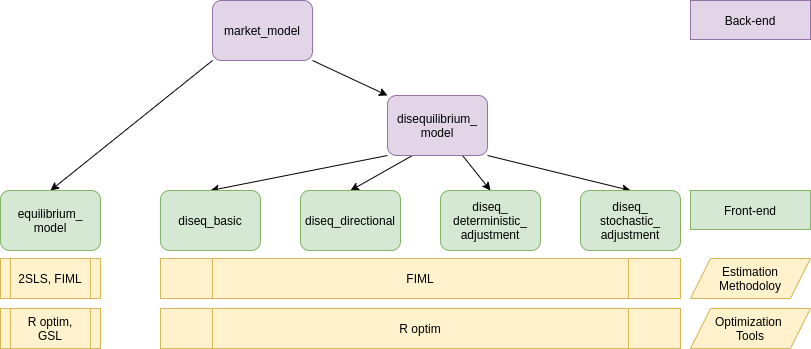
The draw.io diagram man/figures/design.png in pi-kappa-devel/diseq, before a commit. Source tidied: cells renumbered, new cells last; positions are measured from the earlier drawing's top-left corner, leaving out a move shared by most shapes. The source it was exported from:
```xml
<mxGraphModel>
  <root>
    <mxCell id="0" />
    <mxCell id="1" parent="0" />
    <mxCell id="2" style="edgeStyle=orthogonalEdgeStyle;rounded=0;jettySize=auto;html=1;noEdgeStyle=1;orthogonal=1;entryX=0.5;entryY=0;entryDx=0;entryDy=0;" parent="1" edge="1" source="4" target="5">
      <mxGeometry relative="1" as="geometry" />
    </mxCell>
    <mxCell id="3" style="edgeStyle=orthogonalEdgeStyle;rounded=0;jettySize=auto;html=1;noEdgeStyle=1;orthogonal=1;" parent="1" edge="1" source="4" target="10">
      <mxGeometry relative="1" as="geometry" />
    </mxCell>
    <mxCell id="4" value="market_model" style="rounded=1;whiteSpace=wrap;html=1;fillColor=#e1d5e7;strokeColor=#9673a6;" parent="1" vertex="1">
      <mxGeometry x="212" width="100" height="60" as="geometry" />
    </mxCell>
    <mxCell id="5" value="equilibrium_ model" style="rounded=1;whiteSpace=wrap;html=1;fillColor=#d5e8d4;strokeColor=#82b366;" parent="1" vertex="1">
      <mxGeometry y="190" width="100" height="60" as="geometry" />
    </mxCell>
    <mxCell id="6" style="edgeStyle=orthogonalEdgeStyle;rounded=0;jettySize=auto;html=1;noEdgeStyle=1;orthogonal=1;entryX=0.5;entryY=0;entryDx=0;entryDy=0;exitX=0;exitY=1;exitDx=0;exitDy=0;" parent="1" edge="1" source="10" target="11">
      <mxGeometry relative="1" as="geometry" />
    </mxCell>
    <mxCell id="7" style="edgeStyle=orthogonalEdgeStyle;rounded=0;jettySize=auto;html=1;noEdgeStyle=1;orthogonal=1;exitX=0.25;exitY=1;exitDx=0;exitDy=0;entryX=0.5;entryY=0;entryDx=0;entryDy=0;" parent="1" edge="1" source="10" target="12">
      <mxGeometry relative="1" as="geometry" />
    </mxCell>
    <mxCell id="8" style="edgeStyle=orthogonalEdgeStyle;rounded=0;jettySize=auto;html=1;noEdgeStyle=1;orthogonal=1;entryX=0.5;entryY=0;entryDx=0;entryDy=0;exitX=0.75;exitY=1;exitDx=0;exitDy=0;" parent="1" edge="1" source="10" target="13">
      <mxGeometry relative="1" as="geometry" />
    </mxCell>
    <mxCell id="9" style="edgeStyle=orthogonalEdgeStyle;rounded=0;jettySize=auto;html=1;noEdgeStyle=1;orthogonal=1;entryX=0.5;entryY=0;entryDx=0;entryDy=0;" parent="1" edge="1" source="10" target="14">
      <mxGeometry relative="1" as="geometry" />
    </mxCell>
    <mxCell id="10" value="disequilibrium_&lt;br&gt;model" style="rounded=1;whiteSpace=wrap;html=1;fillColor=#e1d5e7;strokeColor=#9673a6;" parent="1" vertex="1">
      <mxGeometry x="387" y="95" width="100" height="60" as="geometry" />
    </mxCell>
    <mxCell id="11" value="diseq_basic" style="rounded=1;whiteSpace=wrap;html=1;fillColor=#d5e8d4;strokeColor=#82b366;" parent="1" vertex="1">
      <mxGeometry x="160" y="190" width="100" height="60" as="geometry" />
    </mxCell>
    <mxCell id="12" value="diseq_directional" style="rounded=1;whiteSpace=wrap;html=1;fillColor=#d5e8d4;strokeColor=#82b366;" parent="1" vertex="1">
      <mxGeometry x="300" y="190" width="100" height="60" as="geometry" />
    </mxCell>
    <mxCell id="13" value="diseq_ deterministic_ adjustment" style="rounded=1;html=1;align=center;whiteSpace=wrap;fillColor=#d5e8d4;strokeColor=#82b366;" parent="1" vertex="1">
      <mxGeometry x="440" y="190" width="100" height="60" as="geometry" />
    </mxCell>
    <mxCell id="14" value="diseq_ stochastic_ adjustment" style="rounded=1;whiteSpace=wrap;html=1;fillColor=#d5e8d4;strokeColor=#82b366;" parent="1" vertex="1">
      <mxGeometry x="580" y="190" width="100" height="60" as="geometry" />
    </mxCell>
    <mxCell id="15" value="FIML" style="shape=process;whiteSpace=wrap;html=1;backgroundOutline=1;align=center;fillColor=#fff2cc;strokeColor=#d6b656;" parent="1" vertex="1">
      <mxGeometry x="160" y="258" width="520" height="40" as="geometry" />
    </mxCell>
    <mxCell id="16" value="2SLS, FIML" style="shape=process;whiteSpace=wrap;html=1;backgroundOutline=1;align=center;fillColor=#fff2cc;strokeColor=#d6b656;" parent="1" vertex="1">
      <mxGeometry y="258" width="100" height="40" as="geometry" />
    </mxCell>
    <mxCell id="17" value="Estimation Methodoloy" style="shape=parallelogram;perimeter=parallelogramPerimeter;whiteSpace=wrap;html=1;fixedSize=1;align=center;fillColor=#fff2cc;strokeColor=#d6b656;" parent="1" vertex="1">
      <mxGeometry x="690" y="258" width="120" height="40" as="geometry" />
    </mxCell>
    <mxCell id="18" value="Back-end" style="rounded=0;whiteSpace=wrap;html=1;align=center;fillColor=#e1d5e7;strokeColor=#9673a6;" parent="1" vertex="1">
      <mxGeometry x="690" width="120" height="39" as="geometry" />
    </mxCell>
    <mxCell id="19" value="Front-end" style="rounded=0;whiteSpace=wrap;html=1;align=center;fillColor=#d5e8d4;strokeColor=#82b366;" parent="1" vertex="1">
      <mxGeometry x="690" y="190" width="120" height="39" as="geometry" />
    </mxCell>
    <mxCell id="20" value="Optimization &lt;br&gt;Tools" style="shape=parallelogram;perimeter=parallelogramPerimeter;whiteSpace=wrap;html=1;fixedSize=1;align=center;fillColor=#fff2cc;strokeColor=#d6b656;" parent="1" vertex="1">
      <mxGeometry x="690" y="308" width="120" height="40" as="geometry" />
    </mxCell>
    <mxCell id="21" value="R optim" style="shape=process;whiteSpace=wrap;html=1;backgroundOutline=1;align=center;fillColor=#fff2cc;strokeColor=#d6b656;" parent="1" vertex="1">
      <mxGeometry x="160" y="308" width="520" height="40" as="geometry" />
    </mxCell>
    <mxCell id="22" value="R optim,&lt;br&gt;GSL" style="shape=process;whiteSpace=wrap;html=1;backgroundOutline=1;align=center;fillColor=#fff2cc;strokeColor=#d6b656;" parent="1" vertex="1">
      <mxGeometry y="308" width="100" height="40" as="geometry" />
    </mxCell>
  </root>
</mxGraphModel>
```
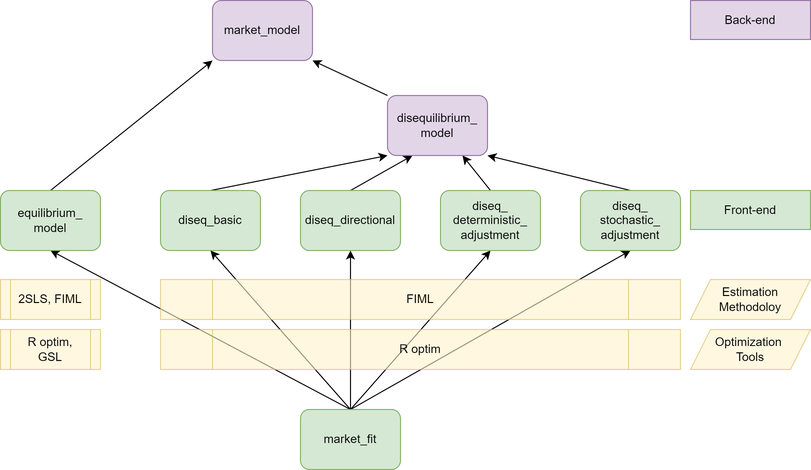
After the change.

What changed in the source:
```diff
@@ -2,10 +2,25 @@
   <root>
     <mxCell id="0" />
     <mxCell id="1" parent="0" />
+    <mxCell id="23" style="edgeStyle=orthogonalEdgeStyle;rounded=0;jettySize=auto;html=1;noEdgeStyle=1;orthogonal=1;entryX=0.5;entryY=1;entryDx=0;entryDy=0;exitX=0.5;exitY=0;exitDx=0;exitDy=0;" parent="1" edge="1" source="28" target="5">
+      <mxGeometry relative="1" as="geometry" />
+    </mxCell>
+    <mxCell id="24" style="edgeStyle=orthogonalEdgeStyle;rounded=0;jettySize=auto;html=1;noEdgeStyle=1;orthogonal=1;entryX=0.5;entryY=1;entryDx=0;entryDy=0;exitX=0.5;exitY=0;exitDx=0;exitDy=0;" parent="1" edge="1" source="28" target="11">
+      <mxGeometry relative="1" as="geometry" />
+    </mxCell>
+    <mxCell id="25" style="edgeStyle=orthogonalEdgeStyle;rounded=0;jettySize=auto;html=1;noEdgeStyle=1;orthogonal=1;entryX=0.5;entryY=1;entryDx=0;entryDy=0;exitX=0.5;exitY=0;exitDx=0;exitDy=0;" parent="1" edge="1" source="28" target="12">
+      <mxGeometry relative="1" as="geometry" />
+    </mxCell>
+    <mxCell id="26" style="edgeStyle=orthogonalEdgeStyle;rounded=0;jettySize=auto;html=1;noEdgeStyle=1;orthogonal=1;entryX=0.5;entryY=1;entryDx=0;entryDy=0;exitX=0.5;exitY=0;exitDx=0;exitDy=0;" parent="1" edge="1" source="28" target="13">
+      <mxGeometry relative="1" as="geometry" />
+    </mxCell>
+    <mxCell id="27" style="edgeStyle=orthogonalEdgeStyle;rounded=0;jettySize=auto;html=1;noEdgeStyle=1;orthogonal=1;entryX=0.5;entryY=1;entryDx=0;entryDy=0;exitX=0.5;exitY=0;exitDx=0;exitDy=0;" parent="1" edge="1" source="28" target="14">
+      <mxGeometry relative="1" as="geometry" />
+    </mxCell>
-    <mxCell id="2" style="edgeStyle=orthogonalEdgeStyle;rounded=0;jettySize=auto;html=1;noEdgeStyle=1;orthogonal=1;entryX=0.5;entryY=0;entryDx=0;entryDy=0;" parent="1" edge="1" source="4" target="5">
+    <mxCell id="2" style="edgeStyle=orthogonalEdgeStyle;rounded=0;jettySize=auto;html=1;noEdgeStyle=1;orthogonal=1;exitX=0.5;exitY=0;exitDx=0;exitDy=0;" parent="1" edge="1" source="5" target="4">
       <mxGeometry relative="1" as="geometry" />
     </mxCell>
-    <mxCell id="3" style="edgeStyle=orthogonalEdgeStyle;rounded=0;jettySize=auto;html=1;noEdgeStyle=1;orthogonal=1;" parent="1" edge="1" source="4" target="10">
+    <mxCell id="3" style="edgeStyle=orthogonalEdgeStyle;rounded=0;jettySize=auto;html=1;noEdgeStyle=1;orthogonal=1;" parent="1" edge="1" source="10" target="4">
       <mxGeometry relative="1" as="geometry" />
     </mxCell>
     <mxCell id="4" value="market_model" style="rounded=1;whiteSpace=wrap;html=1;fillColor=#e1d5e7;strokeColor=#9673a6;" parent="1" vertex="1">
@@ -14,16 +29,16 @@
     <mxCell id="5" value="equilibrium_ model" style="rounded=1;whiteSpace=wrap;html=1;fillColor=#d5e8d4;strokeColor=#82b366;" parent="1" vertex="1">
       <mxGeometry y="190" width="100" height="60" as="geometry" />
     </mxCell>
-    <mxCell id="6" style="edgeStyle=orthogonalEdgeStyle;rounded=0;jettySize=auto;html=1;noEdgeStyle=1;orthogonal=1;entryX=0.5;entryY=0;entryDx=0;entryDy=0;exitX=0;exitY=1;exitDx=0;exitDy=0;" parent="1" edge="1" source="10" target="11">
+    <mxCell id="6" style="edgeStyle=orthogonalEdgeStyle;rounded=0;jettySize=auto;html=1;noEdgeStyle=1;orthogonal=1;entryX=0;entryY=1;entryDx=0;entryDy=0;exitX=0.5;exitY=0;exitDx=0;exitDy=0;" parent="1" edge="1" source="11" target="10">
       <mxGeometry relative="1" as="geometry" />
     </mxCell>
-    <mxCell id="7" style="edgeStyle=orthogonalEdgeStyle;rounded=0;jettySize=auto;html=1;noEdgeStyle=1;orthogonal=1;exitX=0.25;exitY=1;exitDx=0;exitDy=0;entryX=0.5;entryY=0;entryDx=0;entryDy=0;" parent="1" edge="1" source="10" target="12">
+    <mxCell id="7" style="edgeStyle=orthogonalEdgeStyle;rounded=0;jettySize=auto;html=1;noEdgeStyle=1;orthogonal=1;exitX=0.5;exitY=0;exitDx=0;exitDy=0;entryX=0.25;entryY=1;entryDx=0;entryDy=0;" parent="1" edge="1" source="12" target="10">
       <mxGeometry relative="1" as="geometry" />
     </mxCell>
-    <mxCell id="8" style="edgeStyle=orthogonalEdgeStyle;rounded=0;jettySize=auto;html=1;noEdgeStyle=1;orthogonal=1;entryX=0.5;entryY=0;entryDx=0;entryDy=0;exitX=0.75;exitY=1;exitDx=0;exitDy=0;" parent="1" edge="1" source="10" target="13">
+    <mxCell id="8" style="edgeStyle=orthogonalEdgeStyle;rounded=0;jettySize=auto;html=1;noEdgeStyle=1;orthogonal=1;entryX=0.75;entryY=1;entryDx=0;entryDy=0;exitX=0.5;exitY=0;exitDx=0;exitDy=0;" parent="1" edge="1" source="13" target="10">
       <mxGeometry relative="1" as="geometry" />
     </mxCell>
-    <mxCell id="9" style="edgeStyle=orthogonalEdgeStyle;rounded=0;jettySize=auto;html=1;noEdgeStyle=1;orthogonal=1;entryX=0.5;entryY=0;entryDx=0;entryDy=0;" parent="1" edge="1" source="10" target="14">
+    <mxCell id="9" style="edgeStyle=orthogonalEdgeStyle;rounded=0;jettySize=auto;html=1;noEdgeStyle=1;orthogonal=1;exitX=0.5;exitY=0;exitDx=0;exitDy=0;" parent="1" edge="1" source="14" target="10">
       <mxGeometry relative="1" as="geometry" />
     </mxCell>
     <mxCell id="10" value="disequilibrium_&lt;br&gt;model" style="rounded=1;whiteSpace=wrap;html=1;fillColor=#e1d5e7;strokeColor=#9673a6;" parent="1" vertex="1">
@@ -41,14 +56,14 @@
     <mxCell id="14" value="diseq_ stochastic_ adjustment" style="rounded=1;whiteSpace=wrap;html=1;fillColor=#d5e8d4;strokeColor=#82b366;" parent="1" vertex="1">
       <mxGeometry x="580" y="190" width="100" height="60" as="geometry" />
     </mxCell>
-    <mxCell id="15" value="FIML" style="shape=process;whiteSpace=wrap;html=1;backgroundOutline=1;align=center;fillColor=#fff2cc;strokeColor=#d6b656;" parent="1" vertex="1">
-      <mxGeometry x="160" y="258" width="520" height="40" as="geometry" />
+    <mxCell id="15" value="FIML" style="shape=process;whiteSpace=wrap;html=1;backgroundOutline=1;align=center;fillColor=#fff2cc;strokeColor=#d6b656;labelBackgroundColor=none;opacity=60;" parent="1" vertex="1">
+      <mxGeometry x="160" y="279" width="520" height="40" as="geometry" />
     </mxCell>
-    <mxCell id="16" value="2SLS, FIML" style="shape=process;whiteSpace=wrap;html=1;backgroundOutline=1;align=center;fillColor=#fff2cc;strokeColor=#d6b656;" parent="1" vertex="1">
-      <mxGeometry y="258" width="100" height="40" as="geometry" />
+    <mxCell id="16" value="2SLS, FIML" style="shape=process;whiteSpace=wrap;html=1;backgroundOutline=1;align=center;fillColor=#fff2cc;strokeColor=#d6b656;labelBackgroundColor=none;opacity=60;" parent="1" vertex="1">
+      <mxGeometry y="279" width="100" height="40" as="geometry" />
     </mxCell>
-    <mxCell id="17" value="Estimation Methodoloy" style="shape=parallelogram;perimeter=parallelogramPerimeter;whiteSpace=wrap;html=1;fixedSize=1;align=center;fillColor=#fff2cc;strokeColor=#d6b656;" parent="1" vertex="1">
-      <mxGeometry x="690" y="258" width="120" height="40" as="geometry" />
+    <mxCell id="17" value="Estimation Methodoloy" style="shape=parallelogram;perimeter=parallelogramPerimeter;whiteSpace=wrap;html=1;fixedSize=1;align=center;fillColor=#fff2cc;strokeColor=#d6b656;labelBackgroundColor=none;opacity=60;" parent="1" vertex="1">
+      <mxGeometry x="690" y="279" width="120" height="40" as="geometry" />
     </mxCell>
     <mxCell id="18" value="Back-end" style="rounded=0;whiteSpace=wrap;html=1;align=center;fillColor=#e1d5e7;strokeColor=#9673a6;" parent="1" vertex="1">
       <mxGeometry x="690" width="120" height="39" as="geometry" />
@@ -56,14 +71,17 @@
     <mxCell id="19" value="Front-end" style="rounded=0;whiteSpace=wrap;html=1;align=center;fillColor=#d5e8d4;strokeColor=#82b366;" parent="1" vertex="1">
       <mxGeometry x="690" y="190" width="120" height="39" as="geometry" />
     </mxCell>
-    <mxCell id="20" value="Optimization &lt;br&gt;Tools" style="shape=parallelogram;perimeter=parallelogramPerimeter;whiteSpace=wrap;html=1;fixedSize=1;align=center;fillColor=#fff2cc;strokeColor=#d6b656;" parent="1" vertex="1">
-      <mxGeometry x="690" y="308" width="120" height="40" as="geometry" />
+    <mxCell id="20" value="Optimization &lt;br&gt;Tools" style="shape=parallelogram;perimeter=parallelogramPerimeter;whiteSpace=wrap;html=1;fixedSize=1;align=center;fillColor=#fff2cc;strokeColor=#d6b656;labelBackgroundColor=none;opacity=60;" parent="1" vertex="1">
+      <mxGeometry x="690" y="329" width="120" height="40" as="geometry" />
     </mxCell>
-    <mxCell id="21" value="R optim" style="shape=process;whiteSpace=wrap;html=1;backgroundOutline=1;align=center;fillColor=#fff2cc;strokeColor=#d6b656;" parent="1" vertex="1">
-      <mxGeometry x="160" y="308" width="520" height="40" as="geometry" />
+    <mxCell id="21" value="R optim" style="shape=process;whiteSpace=wrap;html=1;backgroundOutline=1;align=center;fillColor=#fff2cc;strokeColor=#d6b656;labelBackgroundColor=none;opacity=60;" parent="1" vertex="1">
+      <mxGeometry x="160" y="329" width="520" height="40" as="geometry" />
     </mxCell>
-    <mxCell id="22" value="R optim,&lt;br&gt;GSL" style="shape=process;whiteSpace=wrap;html=1;backgroundOutline=1;align=center;fillColor=#fff2cc;strokeColor=#d6b656;" parent="1" vertex="1">
-      <mxGeometry y="308" width="100" height="40" as="geometry" />
+    <mxCell id="22" value="R optim,&lt;br&gt;GSL" style="shape=process;whiteSpace=wrap;html=1;backgroundOutline=1;align=center;fillColor=#fff2cc;strokeColor=#d6b656;labelBackgroundColor=none;opacity=60;" parent="1" vertex="1">
+      <mxGeometry y="329" width="100" height="40" as="geometry" />
     </mxCell>
+    <mxCell id="28" value="market_fit" style="rounded=1;whiteSpace=wrap;html=1;fillColor=#d5e8d4;strokeColor=#82b366;" parent="1" vertex="1">
+      <mxGeometry x="300" y="409" width="100" height="60" as="geometry" />
+    </mxCell>
   </root>
 </mxGraphModel>
```
